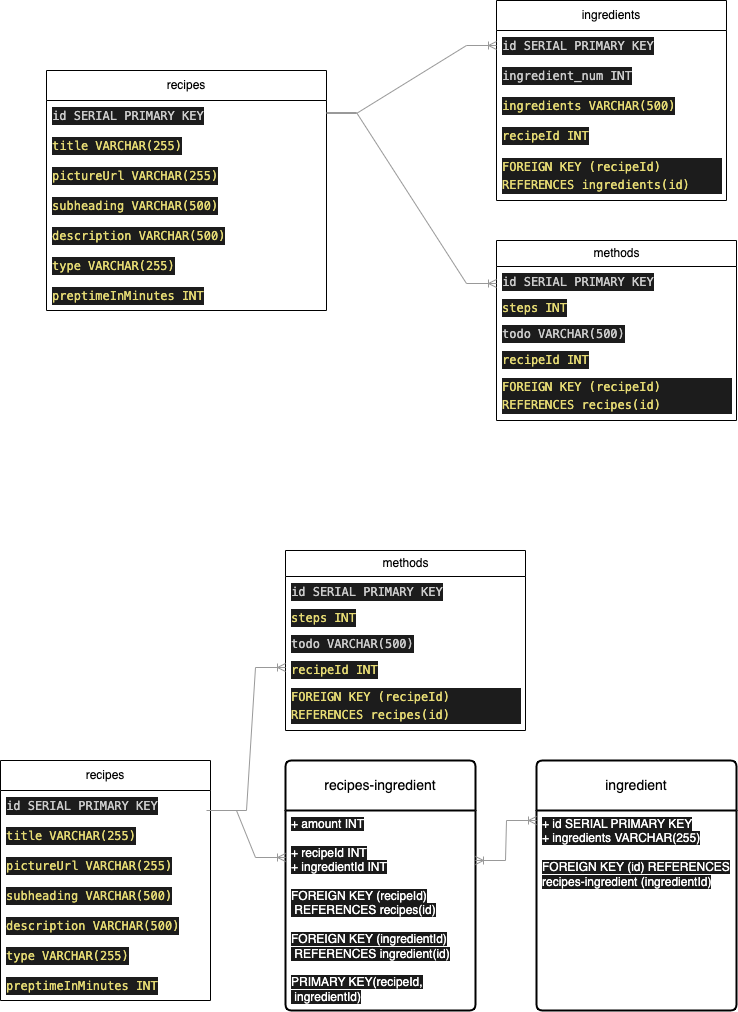
The draw.io diagram images/cookbook.png in Subaru-Goto/contentful-to-postgre, before a commit. Source tidied: cells renumbered, new cells last; positions are measured from the earlier drawing's top-left corner, leaving out a move shared by most shapes.
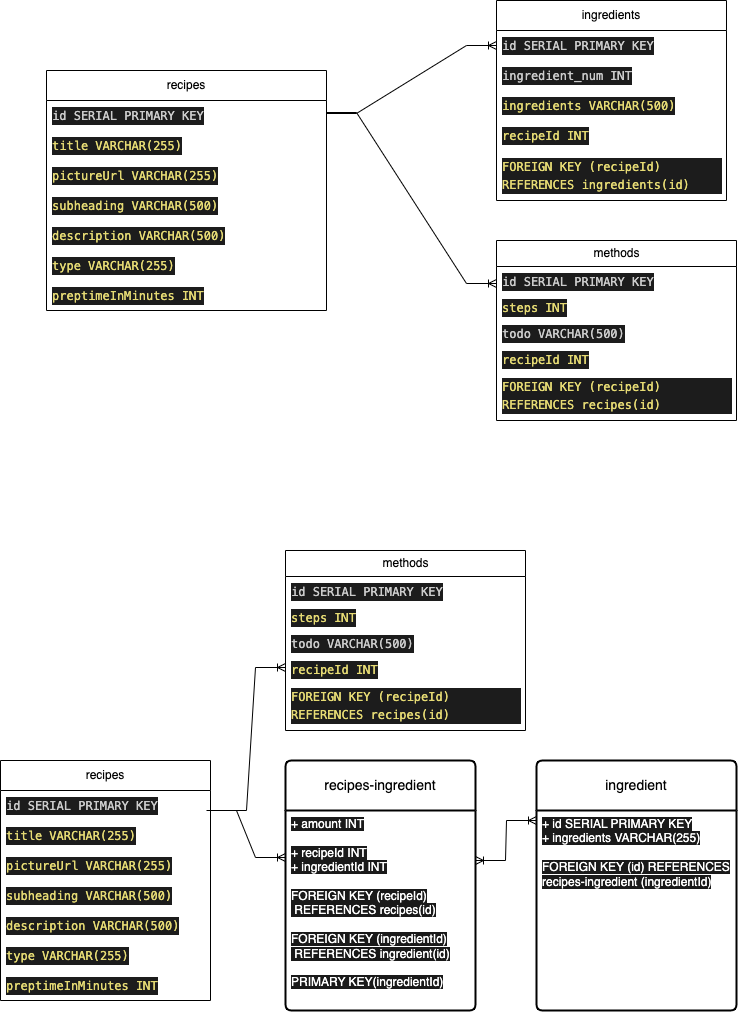
The same diagram one commit later.

Commit message:
remove primary key for recipe

Change to the diagram source:
```diff
@@ -20,7 +20,7 @@
     <mxCell id="7" value="&lt;div style=&quot;color: rgb(204, 204, 204); background-color: rgb(28, 28, 28); font-family: Menlo, Monaco, &amp;quot;Courier New&amp;quot;, monospace; font-weight: normal; font-size: 12px; line-height: 18px;&quot;&gt;&lt;div&gt;&lt;span style=&quot;color: #e6db74;&quot;&gt;FOREIGN KEY (recipeId) REFERENCES ingredients(id)&lt;/span&gt;&lt;/div&gt;&lt;/div&gt;" style="text;strokeColor=none;fillColor=none;align=left;verticalAlign=middle;spacingLeft=4;spacingRight=4;overflow=hidden;whiteSpace=wrap;html=1;" parent="2" vertex="1">
       <mxGeometry y="150" width="230" height="50" as="geometry" />
     </mxCell>
-    <mxCell id="8" value="methods" style="swimlane;fontStyle=0;horizontal=1;startSize=26;fillColor=default;html=1;" parent="1" vertex="1">
+    <mxCell id="8" value="methods" style="swimlane;fontStyle=0;horizontal=1;startSize=26;fillColor=#FFFFFF;html=1;" parent="1" vertex="1">
       <mxGeometry x="496" y="240" width="240" height="180" as="geometry" />
     </mxCell>
     <mxCell id="9" value="&lt;div style=&quot;color: rgb(204, 204, 204); background-color: rgb(28, 28, 28); font-family: Menlo, Monaco, &amp;quot;Courier New&amp;quot;, monospace; line-height: 18px;&quot;&gt;id SERIAL PRIMARY KEY&lt;/div&gt;" style="text;strokeColor=none;fillColor=none;align=left;verticalAlign=top;spacingLeft=4;spacingRight=4;overflow=hidden;whiteSpace=wrap;html=1;" parent="8" vertex="1">
@@ -89,13 +89,13 @@
     <mxCell id="30" value="recipes-ingredient" style="swimlane;horizontal=1;startSize=50;rounded=1;fontSize=14;fontStyle=0;strokeWidth=2;shadow=0;dashed=0;align=center;arcSize=4;whiteSpace=wrap;html=1;" parent="1" vertex="1">
       <mxGeometry x="285" y="760" width="190" height="250" as="geometry" />
     </mxCell>
-    <mxCell id="31" value="&lt;span style=&quot;background-color: rgb(26, 26, 26);&quot;&gt;&lt;font color=&quot;#ffffff&quot;&gt;+ amount INT&lt;br&gt;&lt;br&gt;+ recipeId INT&lt;br style=&quot;border-color: var(--border-color);&quot;&gt;+ ingredientId INT&lt;br&gt;&lt;br&gt;FOREIGN KEY (recipeId)&lt;br&gt;&amp;nbsp;REFERENCES recipes(id)&lt;br&gt;&lt;br&gt;FOREIGN KEY (ingredientId)&lt;br style=&quot;border-color: var(--border-color);&quot;&gt;&amp;nbsp;REFERENCES ingredient(id)&lt;br style=&quot;border-color: var(--border-color);&quot;&gt;&lt;br&gt;PRIMARY KEY(recipeId,&lt;br&gt;&amp;nbsp;ingredientId)&lt;/font&gt;&lt;/span&gt;" style="align=left;strokeColor=none;fillColor=none;spacingLeft=4;fontSize=12;verticalAlign=top;html=1;" parent="30" vertex="1">
+    <mxCell id="31" value="&lt;span style=&quot;background-color: rgb(26, 26, 26);&quot;&gt;&lt;font color=&quot;#ffffff&quot;&gt;+ amount INT&lt;br&gt;&lt;br&gt;+ recipeId INT&lt;br style=&quot;border-color: var(--border-color);&quot;&gt;+ ingredientId INT&lt;br&gt;&lt;br&gt;FOREIGN KEY (recipeId)&lt;br&gt;&amp;nbsp;REFERENCES recipes(id)&lt;br&gt;&lt;br&gt;FOREIGN KEY (ingredientId)&lt;br style=&quot;border-color: var(--border-color);&quot;&gt;&amp;nbsp;REFERENCES ingredient(id)&lt;br style=&quot;border-color: var(--border-color);&quot;&gt;&lt;br&gt;PRIMARY KEY(ingredientId)&lt;/font&gt;&lt;/span&gt;" style="align=left;strokeColor=none;fillColor=none;spacingLeft=4;fontSize=12;verticalAlign=top;html=1;" parent="30" vertex="1">
       <mxGeometry y="50" width="190" height="200" as="geometry" />
     </mxCell>
     <mxCell id="32" value="ingredient" style="swimlane;horizontal=1;startSize=50;rounded=1;fontSize=14;fontStyle=0;strokeWidth=2;shadow=0;dashed=0;align=center;arcSize=4;whiteSpace=wrap;html=1;" parent="1" vertex="1">
       <mxGeometry x="536" y="760" width="200" height="250" as="geometry" />
     </mxCell>
-    <mxCell id="33" value="&lt;font style=&quot;background-color: rgb(26, 26, 26);&quot; color=&quot;#ffffff&quot;&gt;+ id SERIAL PRIMARY KEY&lt;br&gt;+ ingredients VARCHAR(255)&lt;br&gt;&lt;br&gt;FOREIGN KEY (id) REFERENCES&lt;br&gt;recipes-ingredient (ingredientId)&lt;/font&gt;" style="align=left;strokeColor=none;fillColor=none;spacingLeft=4;fontSize=12;verticalAlign=top;html=1;" parent="32" vertex="1">
+    <mxCell id="33" value="&lt;span style=&quot;background-color: rgb(26, 26, 26);&quot;&gt;&lt;font color=&quot;#ffffff&quot;&gt;+ id SERIAL PRIMARY KEY&lt;br&gt;+ ingredients VARCHAR(255)&lt;br&gt;&lt;br&gt;FOREIGN KEY (id) REFERENCES&lt;br&gt;recipes-ingredient (ingredientId)&lt;/font&gt;&lt;/span&gt;" style="align=left;strokeColor=none;fillColor=none;spacingLeft=4;fontSize=12;verticalAlign=top;html=1;" parent="32" vertex="1">
       <mxGeometry y="50" width="200" height="200" as="geometry" />
     </mxCell>
     <mxCell id="34" value="methods" style="swimlane;fontStyle=0;horizontal=1;startSize=26;fillColor=default;html=1;" parent="1" vertex="1">
@@ -116,29 +116,29 @@
     <mxCell id="39" value="&lt;meta charset=&quot;utf-8&quot;&gt;&lt;div style=&quot;color: rgb(204, 204, 204); background-color: rgb(28, 28, 28); font-family: Menlo, Monaco, &amp;quot;Courier New&amp;quot;, monospace; font-weight: normal; font-size: 12px; line-height: 18px;&quot;&gt;&lt;div&gt;&lt;span style=&quot;color: #e6db74;&quot;&gt;FOREIGN KEY (recipeId) REFERENCES recipes(id)&lt;/span&gt;&lt;/div&gt;&lt;/div&gt;" style="text;strokeColor=none;fillColor=none;align=left;verticalAlign=middle;spacingLeft=4;spacingRight=4;overflow=hidden;whiteSpace=wrap;html=1;" parent="34" vertex="1">
       <mxGeometry y="130" width="240" height="50" as="geometry" />
     </mxCell>
-    <mxCell id="40" style="edgeStyle=entityRelationEdgeStyle;fontSize=12;html=1;endArrow=ERoneToMany;rounded=0;exitX=1;exitY=0.5;exitDx=0;exitDy=0;entryX=0;entryY=0.215;entryDx=0;entryDy=0;entryPerimeter=0;strokeColor=#999999;" parent="1" edge="1">
+    <mxCell id="40" style="edgeStyle=entityRelationEdgeStyle;fontSize=12;html=1;endArrow=ERoneToMany;rounded=0;exitX=1;exitY=0.5;exitDx=0;exitDy=0;entryX=0;entryY=0.215;entryDx=0;entryDy=0;entryPerimeter=0;" parent="1" edge="1">
       <mxGeometry relative="1" as="geometry">
         <mxPoint x="206" y="810" as="sourcePoint" />
         <mxPoint x="285" y="857" as="targetPoint" />
       </mxGeometry>
     </mxCell>
-    <mxCell id="41" style="edgeStyle=entityRelationEdgeStyle;fontSize=12;html=1;endArrow=ERoneToMany;rounded=0;entryX=0;entryY=0.5;entryDx=0;entryDy=0;strokeColor=#999999;" parent="1" edge="1" target="38">
+    <mxCell id="41" style="edgeStyle=entityRelationEdgeStyle;fontSize=12;html=1;endArrow=ERoneToMany;rounded=0;entryX=0;entryY=0.5;entryDx=0;entryDy=0;" parent="1" edge="1" target="38">
       <mxGeometry relative="1" as="geometry">
         <mxPoint x="216" y="810" as="sourcePoint" />
       </mxGeometry>
     </mxCell>
-    <mxCell id="42" style="edgeStyle=entityRelationEdgeStyle;fontSize=12;html=1;endArrow=ERoneToMany;rounded=0;entryX=0;entryY=0.5;entryDx=0;entryDy=0;strokeColor=#999999;" parent="1" edge="1" target="3">
+    <mxCell id="42" style="edgeStyle=entityRelationEdgeStyle;fontSize=12;html=1;endArrow=ERoneToMany;rounded=0;entryX=0;entryY=0.5;entryDx=0;entryDy=0;" parent="1" edge="1" target="3">
       <mxGeometry relative="1" as="geometry">
         <mxPoint x="326" y="113" as="sourcePoint" />
       </mxGeometry>
     </mxCell>
-    <mxCell id="43" style="edgeStyle=entityRelationEdgeStyle;fontSize=12;html=1;endArrow=ERoneToMany;rounded=0;entryX=0;entryY=0.5;entryDx=0;entryDy=0;strokeColor=#999999;" parent="1" edge="1">
+    <mxCell id="43" style="edgeStyle=entityRelationEdgeStyle;fontSize=12;html=1;endArrow=ERoneToMany;rounded=0;entryX=0;entryY=0.5;entryDx=0;entryDy=0;" parent="1" edge="1">
       <mxGeometry relative="1" as="geometry">
         <mxPoint x="326" y="112" as="sourcePoint" />
         <mxPoint x="496" y="283" as="targetPoint" />
       </mxGeometry>
     </mxCell>
-    <mxCell id="44" style="edgeStyle=entityRelationEdgeStyle;fontSize=12;html=1;endArrow=ERoneToMany;startArrow=ERoneToMany;rounded=0;exitX=1;exitY=0.25;exitDx=0;exitDy=0;strokeColor=#999999;" parent="1" edge="1" source="31">
+    <mxCell id="44" style="edgeStyle=entityRelationEdgeStyle;fontSize=12;html=1;endArrow=ERoneToMany;startArrow=ERoneToMany;rounded=0;exitX=1;exitY=0.25;exitDx=0;exitDy=0;" parent="1" edge="1" source="31">
       <mxGeometry relative="1" as="geometry">
         <mxPoint x="536" y="820" as="targetPoint" />
       </mxGeometry>
```
